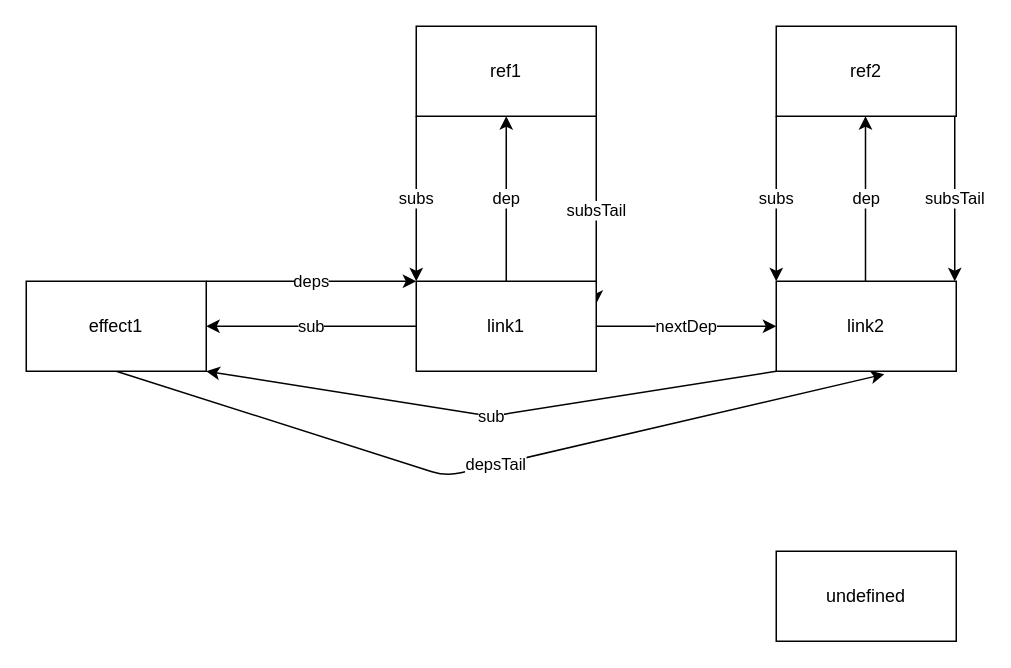
Before: packages/reactivity/examples/ref.drawio in zwhy-hub/Vue3, a draw.io diagram. Source tidied: cells renumbered, new cells numbered last; positions are measured from the earlier drawing's top-left corner, leaving out a move shared by most shapes. Both pictures are drawn from the tidied source at 150%, with x=0, y=0 at pixel (26, 26).
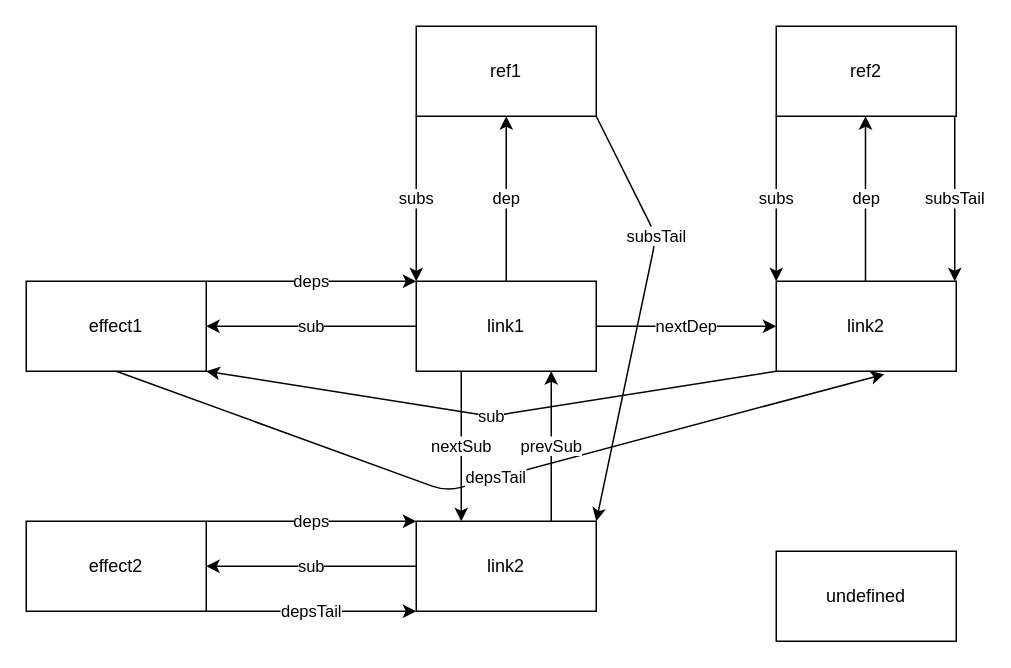
After the change.

Unchanged cells that the change refers to:
```xml
<mxCell id="4" value="ref1" style="whiteSpace=wrap;html=1;" parent="1" vertex="1">
  <mxGeometry x="260" width="120" height="60" as="geometry" />
</mxCell>
<mxCell id="8" value="&lt;div&gt;link1&lt;/div&gt;" style="whiteSpace=wrap;html=1;" parent="1" vertex="1">
  <mxGeometry x="260" y="170" width="120" height="60" as="geometry" />
</mxCell>
<mxCell id="10" value="effect1" style="whiteSpace=wrap;html=1;" parent="1" vertex="1">
  <mxGeometry y="170" width="120" height="60" as="geometry" />
</mxCell>
<mxCell id="14" value="link2" style="whiteSpace=wrap;html=1;" parent="1" vertex="1">
  <mxGeometry x="500" y="170" width="120" height="60" as="geometry" />
</mxCell>
```

The edit, as a diff of the source:
```diff
@@
-    <mxCell id="3" value="subsTail" style="edgeStyle=none;html=1;exitX=1;exitY=1;exitDx=0;exitDy=0;entryX=1;entryY=0.25;entryDx=0;entryDy=0;" parent="1" edge="1" source="4" target="8">
-      <mxGeometry relative="1" as="geometry" />
+    <mxCell id="3" value="subsTail" style="edgeStyle=none;html=1;exitX=1;exitY=1;exitDx=0;exitDy=0;entryX=1;entryY=0;entryDx=0;entryDy=0;" parent="1" edge="1" source="4" target="22">
+      <mxGeometry x="-0.37" relative="1" as="geometry">
+        <Array as="points">
+          <mxPoint x="420" y="140" />
+        </Array>
+      </mxGeometry>
     </mxCell>
@@
+    <mxCell id="19" value="nextSub" style="edgeStyle=none;html=1;exitX=0.25;exitY=1;exitDx=0;exitDy=0;entryX=0.25;entryY=0;entryDx=0;entryDy=0;" parent="1" edge="1" source="8" target="22">
+      <mxGeometry relative="1" as="geometry" />
+    </mxCell>
@@
     <mxCell id="9" value="depsTail" style="edgeStyle=none;html=1;exitX=0.5;exitY=1;exitDx=0;exitDy=0;entryX=0.6;entryY=1.033;entryDx=0;entryDy=0;entryPerimeter=0;" parent="1" edge="1" source="10" target="14">
       <mxGeometry relative="1" as="geometry">
         <Array as="points">
-          <mxPoint x="280" y="300" />
+          <mxPoint x="280" y="310" />
         </Array>
       </mxGeometry>
     </mxCell>
@@
+    <mxCell id="20" value="prevSub" style="edgeStyle=none;html=1;exitX=0.75;exitY=0;exitDx=0;exitDy=0;entryX=0.75;entryY=1;entryDx=0;entryDy=0;" parent="1" edge="1" source="22" target="8">
+      <mxGeometry relative="1" as="geometry" />
+    </mxCell>
+    <mxCell id="21" value="sub" style="edgeStyle=none;html=1;exitX=0;exitY=0.5;exitDx=0;exitDy=0;" parent="1" edge="1" source="22" target="25">
+      <mxGeometry relative="1" as="geometry" />
+    </mxCell>
+    <mxCell id="22" value="link2" style="whiteSpace=wrap;html=1;" parent="1" vertex="1">
+      <mxGeometry x="260" y="330" width="120" height="60" as="geometry" />
+    </mxCell>
+    <mxCell id="23" value="depsTail" style="edgeStyle=none;html=1;exitX=1;exitY=1;exitDx=0;exitDy=0;entryX=0;entryY=1;entryDx=0;entryDy=0;" parent="1" edge="1" source="25" target="22">
+      <mxGeometry relative="1" as="geometry" />
+    </mxCell>
+    <mxCell id="24" value="deps" style="edgeStyle=none;html=1;exitX=1;exitY=0;exitDx=0;exitDy=0;entryX=0;entryY=0;entryDx=0;entryDy=0;" parent="1" edge="1" source="25" target="22">
+      <mxGeometry relative="1" as="geometry" />
+    </mxCell>
+    <mxCell id="25" value="effect2" style="whiteSpace=wrap;html=1;" parent="1" vertex="1">
+      <mxGeometry y="330" width="120" height="60" as="geometry" />
+    </mxCell>
```
